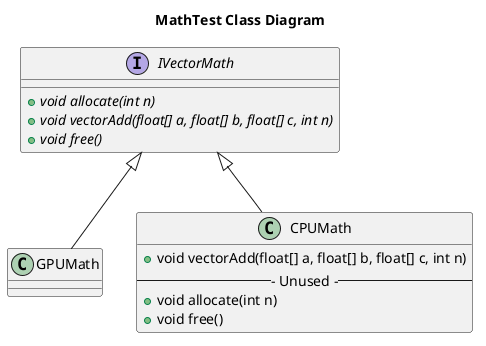
Above: doc/ADR/016-ADRGPUSoftwareDesign/examples/MathTest/doc/puml/MathTestClassDiagram.png in fastrobotics/robot_framework (PlantUML), before the change.
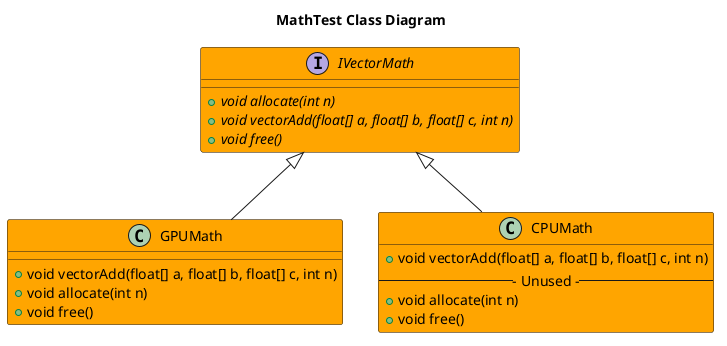
Later version of the same file.

Diff of the diagram source:
```diff
@@ -1,15 +1,17 @@
 @startuml
 title MathTest Class Diagram
-interface IVectorMath {
+interface IVectorMath #Orange {
     +{abstract} void allocate(int n)
     +{abstract} void vectorAdd(float[] a, float[] b, float[] c, int n)
     +{abstract} void free()
 }
-class GPUMath {
-
+class GPUMath #Orange  {
+    +void vectorAdd(float[] a, float[] b, float[] c, int n)
+    +void allocate(int n)
+    +void free()
 }
 GPUMath -up-|> IVectorMath
-class CPUMath {
+class CPUMath #Orange  {
     +void vectorAdd(float[] a, float[] b, float[] c, int n)
     --- Unused ---
     +void allocate(int n)
```
